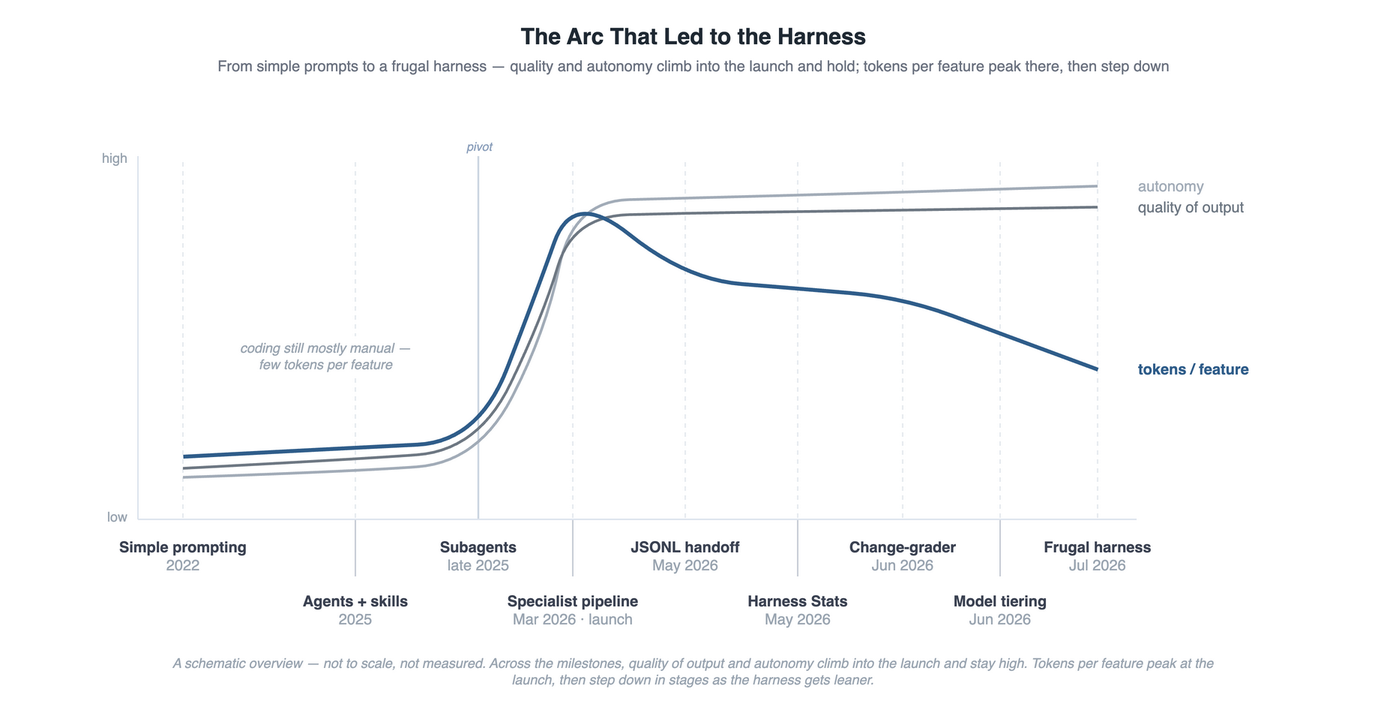
The draw.io diagram docs/images/research-arc.drawio.png in woditschka/agentic-coding-reference, before a commit. Source tidied: cells renumbered, new cells last; positions are measured from the earlier drawing's top-left corner, leaving out a move shared by most shapes.
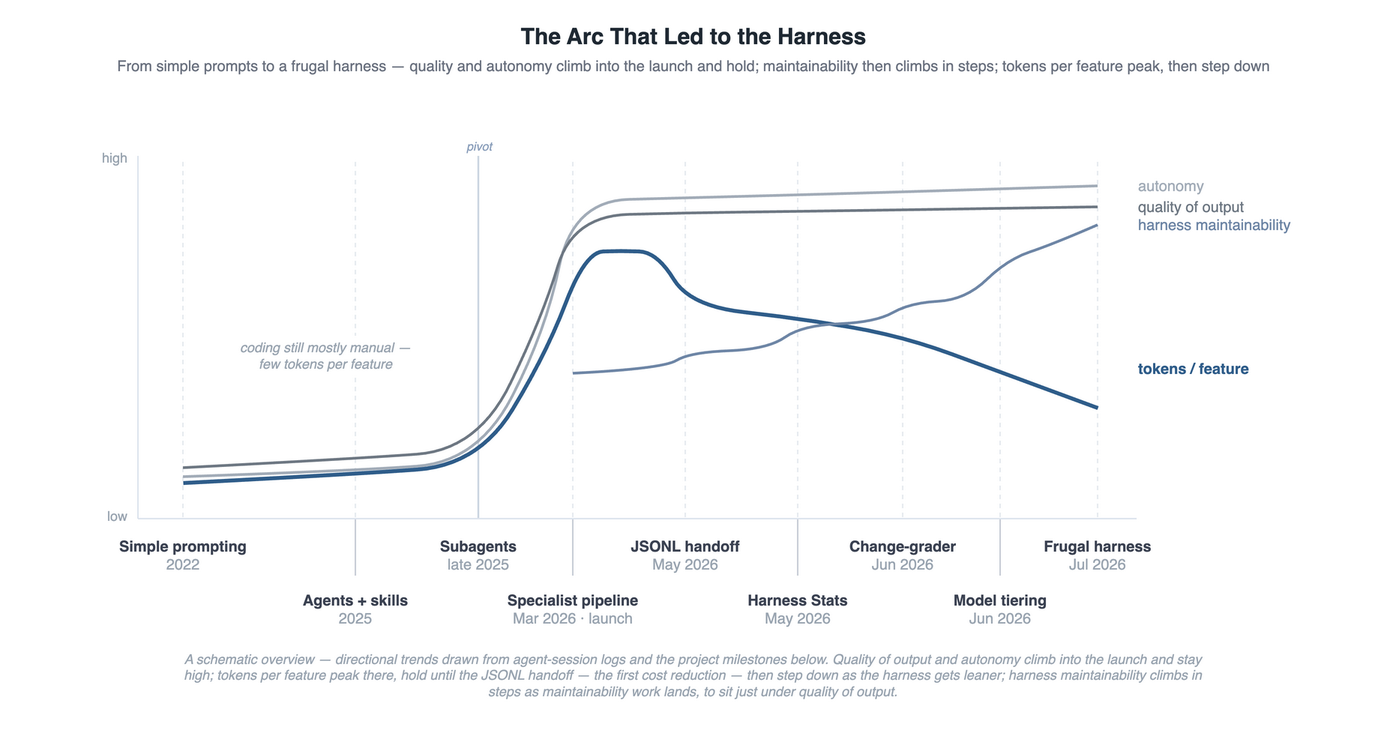
After the change.

Commit message:
docs: refine research-arc figure

Change to the diagram source:
```diff
@@ -5,7 +5,7 @@
     <mxCell id="2" value="The Arc That Led to the Harness" style="text;html=1;align=center;verticalAlign=middle;fontSize=15;fontStyle=1;fontColor=#1F2933;" parent="1" vertex="1">
       <mxGeometry width="900" height="24" as="geometry" />
     </mxCell>
-    <mxCell id="3" value="From simple prompts to a frugal harness — quality and autonomy climb into the launch and hold; tokens per feature peak there, then step down" style="text;html=1;align=center;verticalAlign=middle;fontSize=10;fontColor=#6B7280;" parent="1" vertex="1">
+    <mxCell id="3" value="From simple prompts to a frugal harness — quality and autonomy climb into the launch and hold; maintainability then climbs in steps; tokens per feature peak, then step down" style="text;html=1;align=center;verticalAlign=middle;fontSize=10;fontColor=#6B7280;" parent="1" vertex="1">
       <mxGeometry y="25" width="900" height="14" as="geometry" />
     </mxCell>
     <mxCell id="4" style="endArrow=none;startArrow=none;html=1;strokeColor=#E7EBF0;strokeWidth=1;dashed=1;dashPattern=3 3;" parent="1" edge="1">
@@ -141,20 +141,39 @@
     </mxCell>
     <mxCell id="24" style="edgeStyle=none;curved=1;html=1;endArrow=none;startArrow=none;strokeColor=#2F5D8A;strokeWidth=2.6;" parent="1" edge="1">
       <mxGeometry relative="1" as="geometry">
-        <mxPoint x="110" y="292" as="sourcePoint" />
-        <mxPoint x="720" y="234" as="targetPoint" />
+        <mxPoint x="110" y="310" as="sourcePoint" />
+        <mxPoint x="720" y="260" as="targetPoint" />
         <Array as="points">
-          <mxPoint x="225" y="286" />
-          <mxPoint x="307" y="282" />
-          <mxPoint x="345" y="184" />
-          <mxPoint x="370" y="114" />
-          <mxPoint x="445" y="174" />
-          <mxPoint x="520" y="180" />
-          <mxPoint x="590" y="186" />
-          <mxPoint x="655" y="210" />
+          <mxPoint x="225" y="304" />
+          <mxPoint x="307" y="298" />
+          <mxPoint x="352" y="224" />
+          <mxPoint x="378" y="156" />
+          <mxPoint x="402" y="155" />
+          <mxPoint x="426" y="156" />
+          <mxPoint x="448" y="192" />
+          <mxPoint x="520" y="200" />
+          <mxPoint x="590" y="212" />
+          <mxPoint x="655" y="236" />
         </Array>
       </mxGeometry>
     </mxCell>
+    <mxCell id="39" style="edgeStyle=none;curved=1;html=1;endArrow=none;startArrow=none;strokeColor=#6E86A6;strokeWidth=1.8;" parent="1" edge="1">
+      <mxGeometry relative="1" as="geometry">
+        <mxPoint x="370" y="237" as="sourcePoint" />
+        <mxPoint x="720" y="138" as="targetPoint" />
+        <Array as="points">
+          <mxPoint x="430" y="234" />
+          <mxPoint x="448" y="223" />
+          <mxPoint x="500" y="221" />
+          <mxPoint x="523" y="205" />
+          <mxPoint x="572" y="203" />
+          <mxPoint x="595" y="190" />
+          <mxPoint x="632" y="188" />
+          <mxPoint x="660" y="161" />
+          <mxPoint x="690" y="151" />
+        </Array>
+      </mxGeometry>
+    </mxCell>
     <mxCell id="25" value="autonomy" style="text;html=1;align=left;verticalAlign=middle;fontSize=10;fontColor=#A2ACB8;" parent="1" vertex="1">
       <mxGeometry x="745" y="105" width="120" height="14" as="geometry" />
     </mxCell>
@@ -164,6 +183,9 @@
     <mxCell id="27" value="tokens / feature" style="text;html=1;align=left;verticalAlign=middle;fontSize=10;fontStyle=1;fontColor=#2F5D8A;" parent="1" vertex="1">
       <mxGeometry x="745" y="227" width="130" height="14" as="geometry" />
     </mxCell>
+    <mxCell id="40" value="harness maintainability" style="text;html=1;align=left;verticalAlign=middle;fontSize=10;fontColor=#6E86A6;" parent="1" vertex="1">
+      <mxGeometry x="745" y="131" width="150" height="14" as="geometry" />
+    </mxCell>
     <mxCell id="28" value="coding still mostly manual —&lt;br&gt;few tokens per feature" style="text;html=1;align=center;verticalAlign=middle;whiteSpace=wrap;fontSize=9;fontStyle=2;fontColor=#9AA5B1;fillColor=#FFFFFF;strokeColor=none;" parent="1" vertex="1">
       <mxGeometry x="112" y="212" width="186" height="26" as="geometry" />
     </mxCell>
@@ -194,8 +216,8 @@
     <mxCell id="37" value="&lt;b&gt;Model tiering&lt;/b&gt;&lt;br&gt;&lt;font color=&quot;#9AA5B1&quot;&gt;Jun 2026&lt;/font&gt;" style="text;html=1;align=center;verticalAlign=top;whiteSpace=wrap;fontSize=10;fontColor=#3B4252;" parent="1" vertex="1">
       <mxGeometry x="597" y="376" width="116" height="28" as="geometry" />
     </mxCell>
-    <mxCell id="38" value="A schematic overview — not to scale, not measured. Across the milestones, quality of output and autonomy climb into the launch and stay high. Tokens per feature peak at the launch, then step down in stages as the harness gets leaner." style="text;html=1;align=center;verticalAlign=middle;whiteSpace=wrap;fontSize=9;fontStyle=2;fontColor=#9AA5B1;" parent="1" vertex="1">
-      <mxGeometry x="100" y="412" width="700" height="46" as="geometry" />
+    <mxCell id="38" value="A schematic overview — directional trends drawn from agent-session logs and the project milestones below. Quality of output and autonomy climb into the launch and stay high; tokens per feature peak there, hold until the JSONL handoff — the first cost reduction — then step down as the harness gets leaner; harness maintainability climbs in steps as maintainability work lands, to sit just under quality of output." style="text;html=1;align=center;verticalAlign=middle;whiteSpace=wrap;fontSize=9;fontStyle=2;fontColor=#9AA5B1;" parent="1" vertex="1">
+      <mxGeometry x="100" y="408" width="700" height="60" as="geometry" />
     </mxCell>
   </root>
 </mxGraphModel>
```
